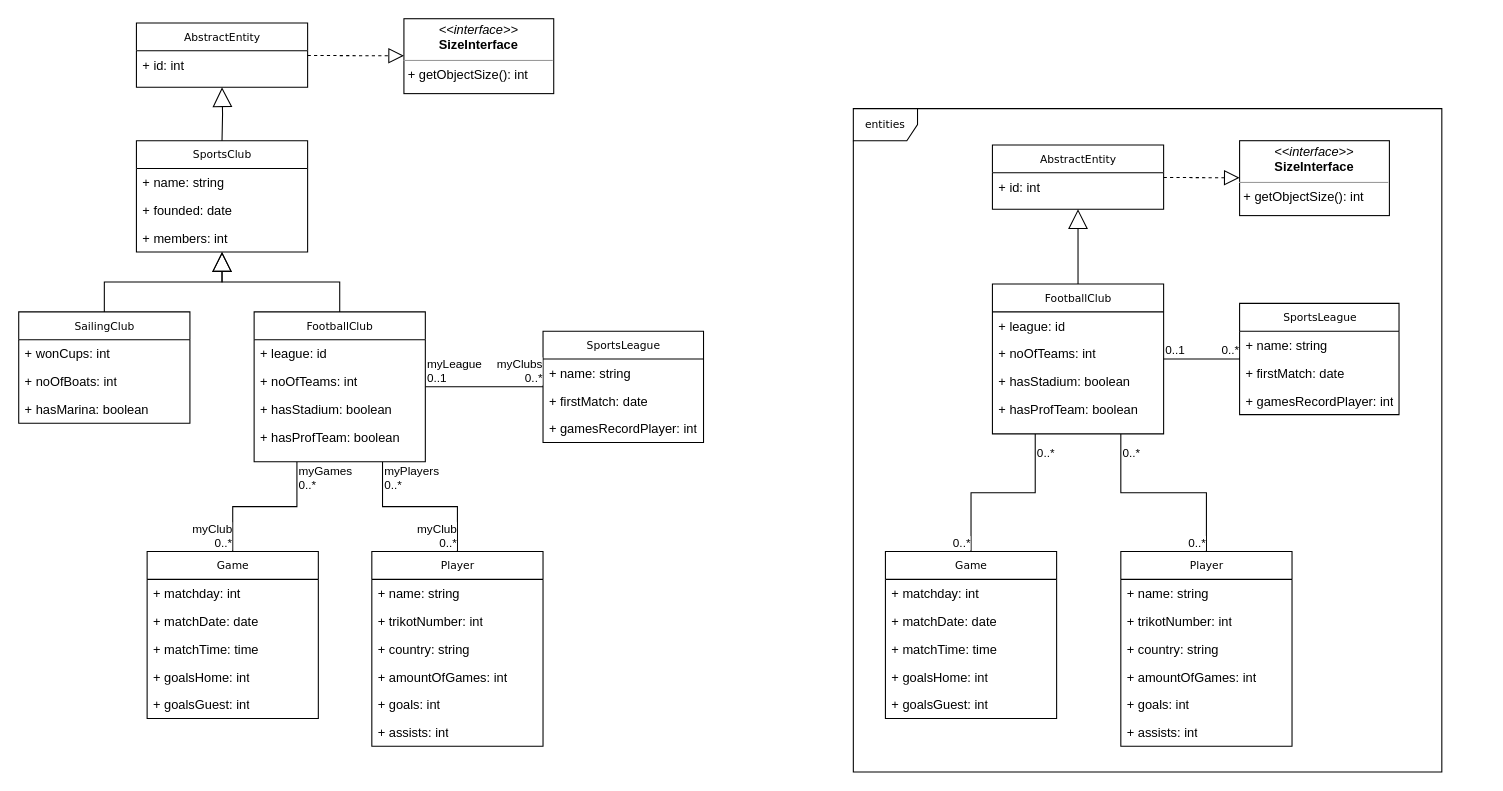
This is imgs/OO-concepts.drawio from starwit-trainings/csharp-basics, a draw.io file, before an edit. Source tidied: cells renumbered, new cells numbered last; positions are measured from the earlier drawing's top-left corner, leaving out a move shared by most shapes. Both pictures are drawn from the tidied source at 107%, with x=0, y=0 at pixel (18, 18).
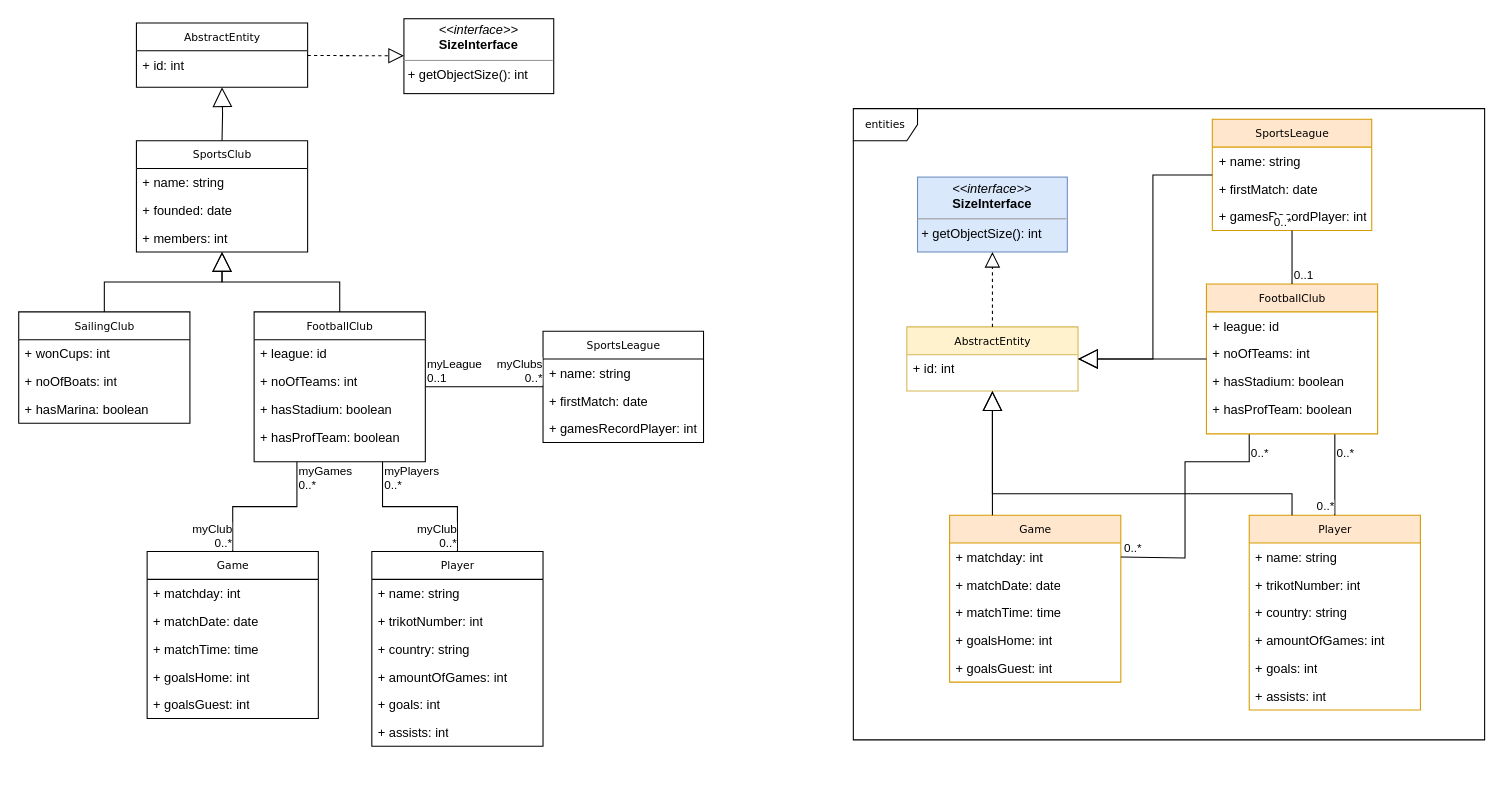
The same page after the edit.

Unchanged cells that the change refers to:
```xml
<mxCell id="68" value="+ matchday: int" style="text;html=1;strokeColor=none;fillColor=none;align=left;verticalAlign=top;spacingLeft=4;spacingRight=4;whiteSpace=wrap;overflow=hidden;points=[[0,0.5],[1,0.5]];portConstraint=eastwest;" parent="67" vertex="1">
  <mxGeometry y="26" width="160" height="26" as="geometry" />
</mxCell>
```

The edit, as a diff of the source:
```diff
@@
     <mxCell id="48" value="entities" style="shape=umlFrame;whiteSpace=wrap;html=1;rounded=0;shadow=0;comic=0;labelBackgroundColor=none;strokeWidth=1;fontFamily=Verdana;fontSize=10;align=center;" parent="1" vertex="1">
-      <mxGeometry x="780" y="84" width="550" height="620" as="geometry" />
+      <mxGeometry x="780" y="84" width="590" height="590" as="geometry" />
     </mxCell>
-    <mxCell id="49" value="&lt;p style=&quot;margin:0px;margin-top:4px;text-align:center;&quot;&gt;&lt;i&gt;&amp;lt;&amp;lt;interface&amp;gt;&amp;gt;&lt;/i&gt;&lt;br&gt;&lt;b&gt;SizeInterface&lt;/b&gt;&lt;/p&gt;&lt;hr size=&quot;1&quot;&gt;&lt;p style=&quot;margin:0px;margin-left:4px;&quot;&gt;&lt;/p&gt;&lt;p style=&quot;margin:0px;margin-left:4px;&quot;&gt;+ getObjectSize(): int&lt;br&gt;&lt;/p&gt;" style="verticalAlign=top;align=left;overflow=fill;fontSize=12;fontFamily=Helvetica;html=1;rounded=0;shadow=0;comic=0;labelBackgroundColor=none;strokeWidth=1;" parent="1" vertex="1">
-      <mxGeometry x="1141" y="114" width="140" height="70" as="geometry" />
+    <mxCell id="49" value="&lt;p style=&quot;margin:0px;margin-top:4px;text-align:center;&quot;&gt;&lt;i&gt;&amp;lt;&amp;lt;interface&amp;gt;&amp;gt;&lt;/i&gt;&lt;br&gt;&lt;b&gt;SizeInterface&lt;/b&gt;&lt;/p&gt;&lt;hr size=&quot;1&quot;&gt;&lt;p style=&quot;margin:0px;margin-left:4px;&quot;&gt;&lt;/p&gt;&lt;p style=&quot;margin:0px;margin-left:4px;&quot;&gt;+ getObjectSize(): int&lt;br&gt;&lt;/p&gt;" style="verticalAlign=top;align=left;overflow=fill;fontSize=12;fontFamily=Helvetica;html=1;rounded=0;shadow=0;comic=0;labelBackgroundColor=none;strokeWidth=1;fillColor=#dae8fc;strokeColor=#6c8ebf;" parent="1" vertex="1">
+      <mxGeometry x="840" y="148" width="140" height="70" as="geometry" />
     </mxCell>
-    <mxCell id="50" value="AbstractEntity" style="swimlane;html=1;fontStyle=0;horizontal=1;startSize=26;fillColor=none;swimlaneFillColor=#ffffff;rounded=0;shadow=0;comic=0;labelBackgroundColor=none;strokeWidth=1;fontFamily=Verdana;fontSize=10;align=center;" parent="1" vertex="1">
-      <mxGeometry x="910" y="118" width="160" height="60" as="geometry" />
+    <mxCell id="50" value="AbstractEntity" style="swimlane;html=1;fontStyle=0;horizontal=1;startSize=26;fillColor=#fff2cc;swimlaneFillColor=#ffffff;rounded=0;shadow=0;comic=0;labelBackgroundColor=none;strokeWidth=1;fontFamily=Verdana;fontSize=10;align=center;strokeColor=#d6b656;" parent="1" vertex="1">
+      <mxGeometry x="830" y="288" width="160" height="60" as="geometry" />
     </mxCell>
@@
-    <mxCell id="53" value="SportsLeague" style="swimlane;html=1;fontStyle=0;horizontal=1;startSize=26;fillColor=none;swimlaneFillColor=#ffffff;rounded=0;shadow=0;comic=0;labelBackgroundColor=none;strokeWidth=1;fontFamily=Verdana;fontSize=10;align=center;" parent="1" vertex="1">
-      <mxGeometry x="1141" y="266" width="149" height="104" as="geometry" />
+    <mxCell id="53" value="SportsLeague" style="swimlane;html=1;fontStyle=0;horizontal=1;startSize=26;fillColor=#ffe6cc;swimlaneFillColor=#ffffff;rounded=0;shadow=0;comic=0;labelBackgroundColor=none;strokeWidth=1;fontFamily=Verdana;fontSize=10;align=center;strokeColor=#d79b00;" parent="1" vertex="1">
+      <mxGeometry x="1115.5" y="94" width="149" height="104" as="geometry" />
     </mxCell>
@@
-    <mxCell id="57" value="Player" style="swimlane;html=1;fontStyle=0;horizontal=1;startSize=26;fillColor=none;swimlaneFillColor=#ffffff;rounded=0;shadow=0;comic=0;labelBackgroundColor=none;strokeWidth=1;fontFamily=Verdana;fontSize=10;align=center;" parent="1" vertex="1">
-      <mxGeometry x="1030" y="498" width="160" height="182" as="geometry" />
+    <mxCell id="57" value="Player" style="swimlane;html=1;fontStyle=0;horizontal=1;startSize=26;fillColor=#ffe6cc;swimlaneFillColor=#ffffff;rounded=0;shadow=0;comic=0;labelBackgroundColor=none;strokeWidth=1;fontFamily=Verdana;fontSize=10;align=center;strokeColor=#d79b00;" parent="1" vertex="1">
+      <mxGeometry x="1150" y="464" width="160" height="182" as="geometry" />
     </mxCell>
@@
-    <mxCell id="67" value="Game" style="swimlane;html=1;fontStyle=0;horizontal=1;startSize=26;fillColor=none;swimlaneFillColor=#ffffff;rounded=0;shadow=0;comic=0;labelBackgroundColor=none;strokeWidth=1;fontFamily=Verdana;fontSize=10;align=center;" parent="1" vertex="1">
-      <mxGeometry x="810" y="498" width="160" height="156" as="geometry" />
+    <mxCell id="67" value="Game" style="swimlane;html=1;fontStyle=0;horizontal=1;startSize=26;fillColor=#ffe6cc;swimlaneFillColor=#ffffff;rounded=0;shadow=0;comic=0;labelBackgroundColor=none;strokeWidth=1;fontFamily=Verdana;fontSize=10;align=center;strokeColor=#d79b00;" parent="1" vertex="1">
+      <mxGeometry x="870" y="464" width="160" height="156" as="geometry" />
     </mxCell>
@@
-    <mxCell id="73" style="endArrow=none;html=1;edgeStyle=orthogonalEdgeStyle;rounded=0;exitX=0.25;exitY=1;exitDx=0;exitDy=0;" parent="1" edge="1" source="76" target="67">
-      <mxGeometry relative="1" as="geometry" />
+    <mxCell id="73" style="endArrow=none;html=1;edgeStyle=orthogonalEdgeStyle;rounded=0;exitX=0.25;exitY=1;exitDx=0;exitDy=0;entryX=1;entryY=0.5;entryDx=0;entryDy=0;" parent="1" edge="1" source="76" target="68">
+      <mxGeometry relative="1" as="geometry">
+        <Array as="points">
+          <mxPoint x="1150" y="414" />
+          <mxPoint x="1090" y="414" />
+          <mxPoint x="1090" y="504" />
+          <mxPoint x="1030" y="504" />
+        </Array>
+      </mxGeometry>
     </mxCell>
@@
     <mxCell id="75" value="0..*" style="edgeLabel;html=1;align=right;verticalAlign=bottom;" parent="73" vertex="1">
-      <mxGeometry x="1" relative="1" as="geometry" />
+      <mxGeometry x="1" relative="1" as="geometry">
+        <mxPoint x="20" as="offset" />
+      </mxGeometry>
     </mxCell>
-    <mxCell id="76" value="FootballClub" style="swimlane;html=1;fontStyle=0;horizontal=1;startSize=26;fillColor=none;swimlaneFillColor=#ffffff;rounded=0;shadow=0;comic=0;labelBackgroundColor=none;strokeWidth=1;fontFamily=Verdana;fontSize=10;align=center;" parent="1" vertex="1">
-      <mxGeometry x="910" y="248" width="160" height="140" as="geometry" />
+    <mxCell id="76" value="FootballClub" style="swimlane;html=1;fontStyle=0;horizontal=1;startSize=26;fillColor=#ffe6cc;swimlaneFillColor=#ffffff;rounded=0;shadow=0;comic=0;labelBackgroundColor=none;strokeWidth=1;fontFamily=Verdana;fontSize=10;align=center;strokeColor=#d79b00;" parent="1" vertex="1">
+      <mxGeometry x="1110" y="248" width="160" height="140" as="geometry" />
     </mxCell>
@@
+    <mxCell id="85" style="endArrow=block;endSize=16;endFill=0;html=1;rounded=0;edgeStyle=orthogonalEdgeStyle;" parent="1" edge="1" source="53" target="50">
+      <mxGeometry relative="1" as="geometry">
+        <Array as="points">
+          <mxPoint x="1060" y="146" />
+          <mxPoint x="1060" y="318" />
+        </Array>
+      </mxGeometry>
+    </mxCell>
+    <mxCell id="86" style="endArrow=block;endSize=16;endFill=0;html=1;rounded=0;edgeStyle=orthogonalEdgeStyle;exitX=0.25;exitY=0;exitDx=0;exitDy=0;" parent="1" edge="1" source="67" target="50">
+      <mxGeometry relative="1" as="geometry" />
+    </mxCell>
+    <mxCell id="87" style="endArrow=block;endSize=16;endFill=0;html=1;rounded=0;edgeStyle=orthogonalEdgeStyle;exitX=0.25;exitY=0;exitDx=0;exitDy=0;" parent="1" edge="1" source="57" target="50">
+      <mxGeometry relative="1" as="geometry">
+        <Array as="points">
+          <mxPoint x="1190" y="444" />
+          <mxPoint x="910" y="444" />
+        </Array>
+      </mxGeometry>
+    </mxCell>
```
